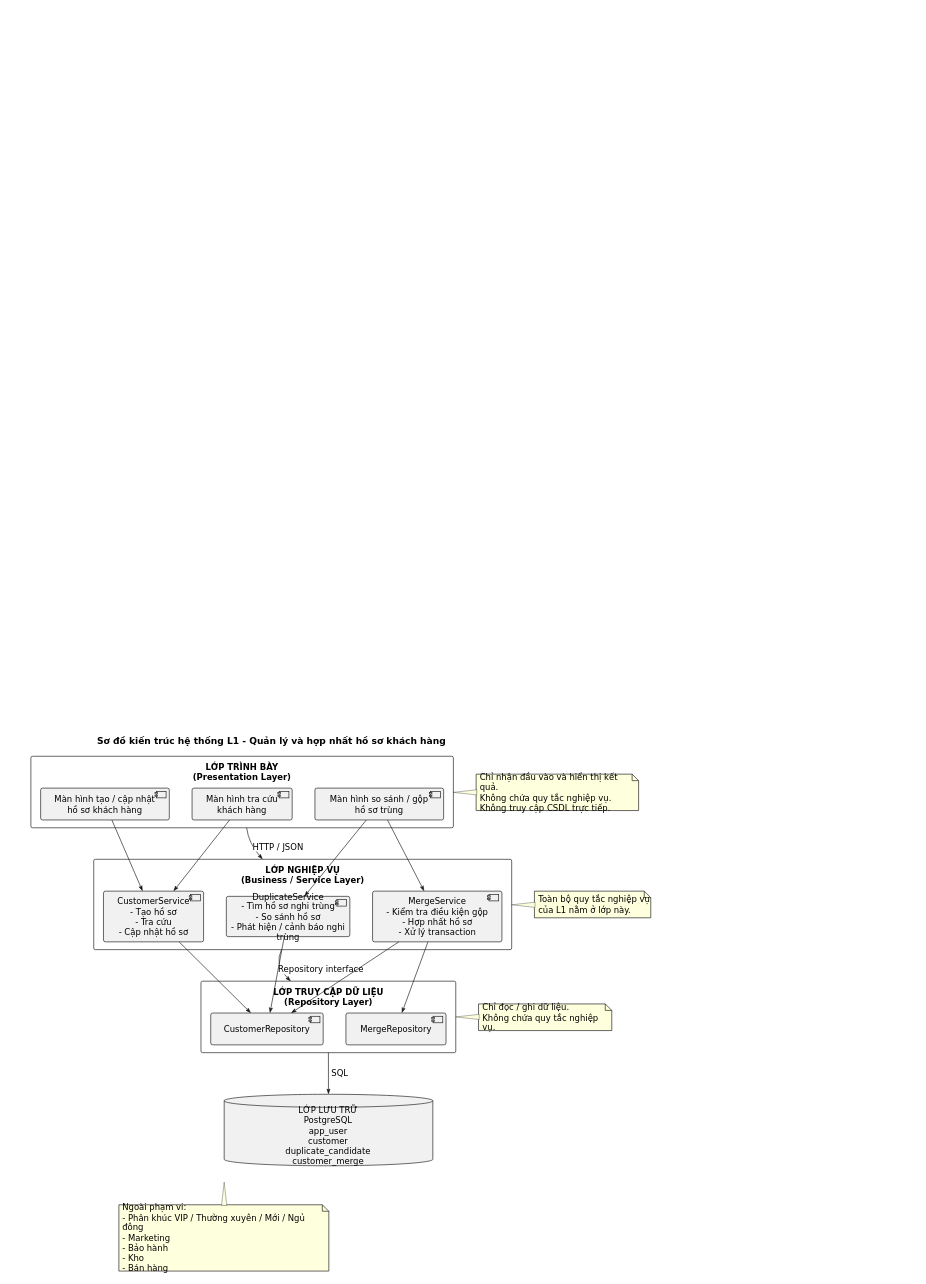
The draw.io diagram docs/architecture.drawio in Thephuong-123/cdtn1-nguyenthephuong-l1, before the edit. Source tidied: cells renumbered, new cells numbered last; positions are measured from the earlier drawing's top-left corner, leaving out a move shared by most shapes. Both pictures are drawn from the tidied source at 65%, with x=0, y=0 at pixel (11, 11).
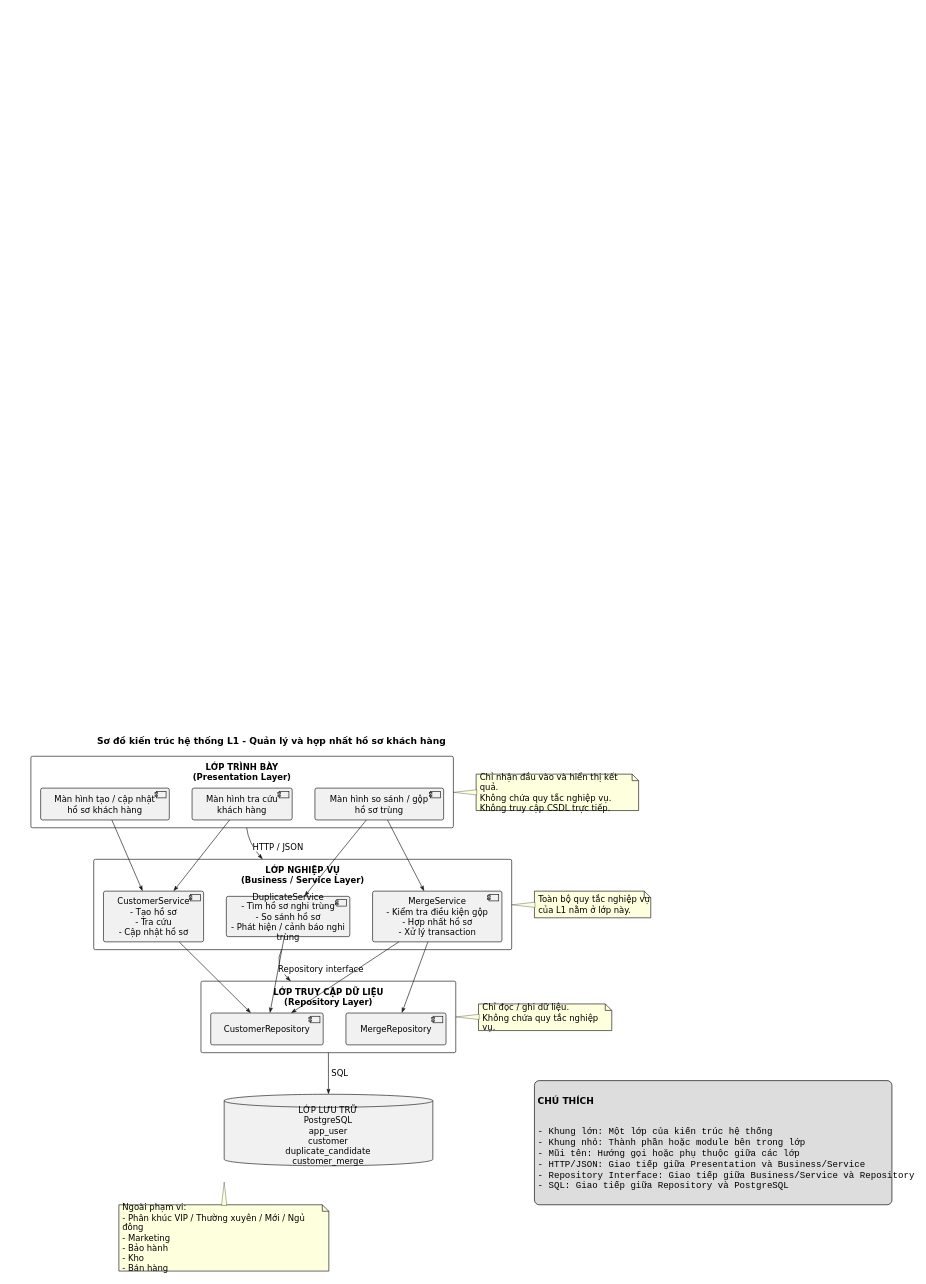
The same diagram, later.

What changed in the source:
```diff
@@
+    <mxCell id="59" value="&lt;br&gt;&lt;b&gt;CHÚ THÍCH&lt;/b&gt;&lt;br&gt;&lt;br&gt;&lt;pre dir=&quot;ltr&quot;&gt;&lt;code&gt;- Khung lớn: Một lớp của kiến trúc hệ thống&lt;br/&gt;- Khung nhỏ: Thành phần hoặc module bên trong lớp&lt;br/&gt;- Mũi tên: Hướng gọi hoặc phụ thuộc giữa các lớp&lt;br/&gt;- HTTP/JSON: Giao tiếp giữa Presentation và Business/Service&lt;br/&gt;- Repository Interface: Giao tiếp giữa Business/Service và Repository&lt;br/&gt;- SQL: Giao tiếp giữa Repository và PostgreSQL&lt;/code&gt;&lt;/pre&gt;" style="rounded=1;absoluteArcSize=1;arcSize=15;fillColor=#DDDDDD;strokeColor=#000000;strokeWidth=1;fontColor=#000000;fontSize=14;fontFamily=DejaVu Sans;align=left;verticalAlign=top;spacing=0;spacingLeft=5;spacingTop=1;whiteSpace=wrap;html=1;" parent="1" vertex="1">
+      <mxGeometry x="804.7" y="1645" width="550" height="191" as="geometry" />
+    </mxCell>
```
